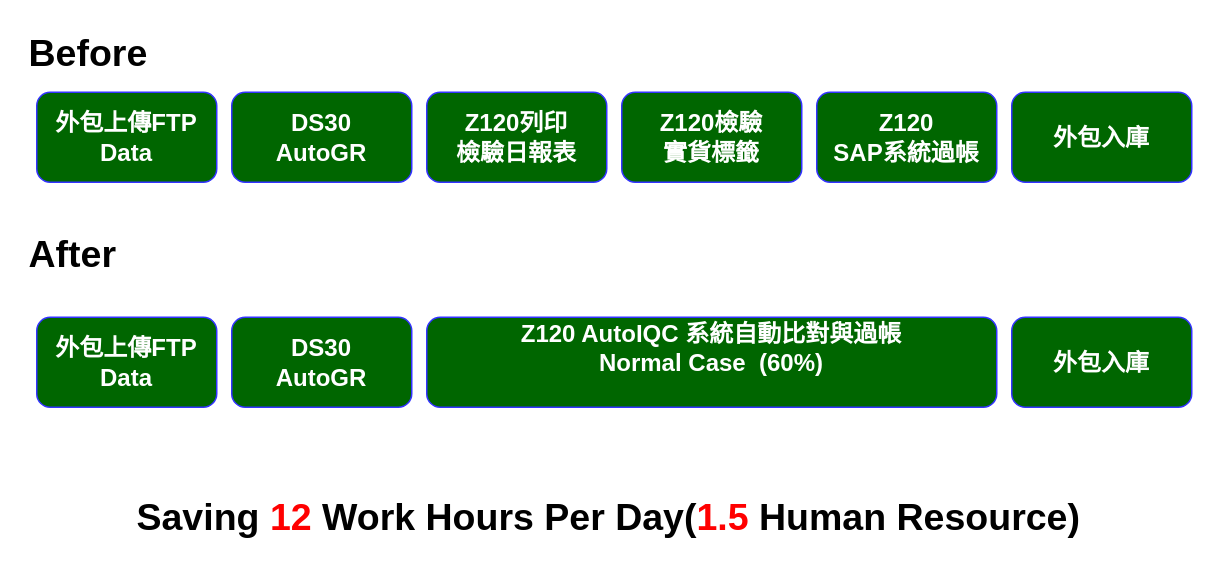
This is AUTOIQC_FLOW.drawio from Charles886/DrawIO, a draw.io file, before an edit. Source tidied: cells renumbered, new cells numbered last; positions are measured from the earlier drawing's top-left corner, leaving out a move shared by most shapes. Both pictures are drawn from the tidied source at 150%, with x=0, y=0 at pixel (26, 26).
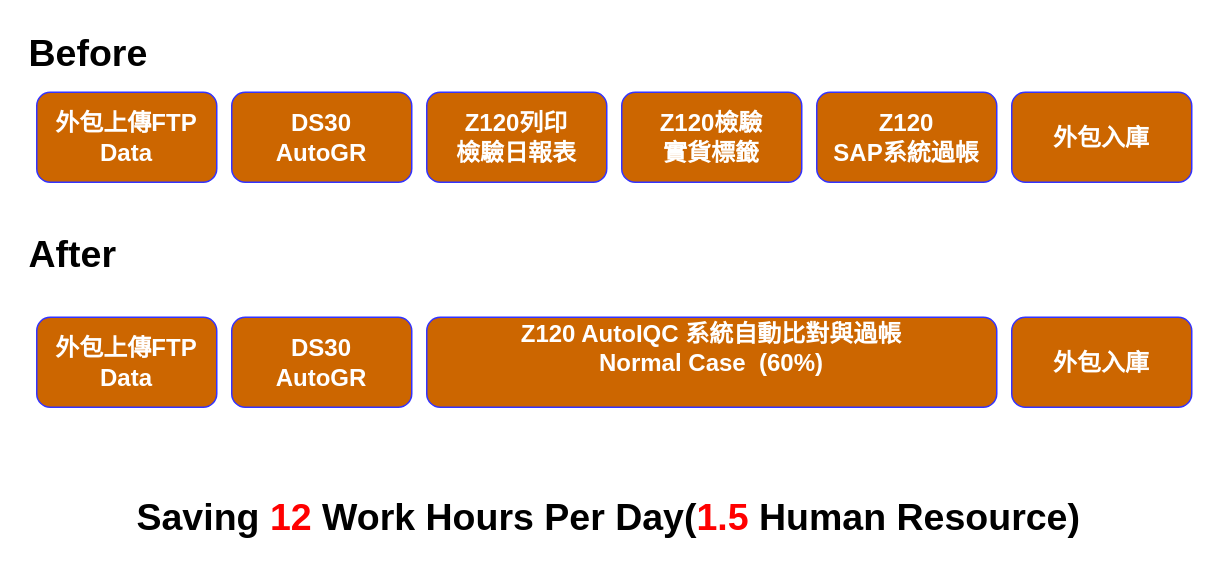
Above is the later version.

The edit, as a diff of the source:
```diff
@@
 <mxGraphModel background="#ffffff">
   <root>
     <mxCell id="0" />
     <mxCell id="1" parent="0" />
-    <mxCell id="2" value="&lt;font color=&quot;#ffffff&quot; style=&quot;font-size: 16px&quot;&gt;外包上傳FTP Data&lt;/font&gt;" style="rounded=1;whiteSpace=wrap;html=1;strokeColor=#3333FF;fillColor=#006600;fontStyle=1;gradientColor=none;" parent="1" vertex="1">
+    <mxCell id="2" value="&lt;font color=&quot;#ffffff&quot; style=&quot;font-size: 16px&quot;&gt;外包上傳FTP Data&lt;/font&gt;" style="rounded=1;whiteSpace=wrap;html=1;strokeColor=#3333FF;fillColor=#CC6600;fontStyle=1;gradientColor=none;" parent="1" vertex="1">
       <mxGeometry x="7" y="44" width="120" height="60" as="geometry" />
     </mxCell>
-    <mxCell id="3" value="&lt;font color=&quot;#ffffff&quot;&gt;&lt;span style=&quot;font-size: 16px&quot;&gt;DS30&lt;br&gt;AutoGR&lt;/span&gt;&lt;/font&gt;" style="rounded=1;whiteSpace=wrap;html=1;strokeColor=#3333FF;fillColor=#006600;fontStyle=1;gradientColor=none;" parent="1" vertex="1">
+    <mxCell id="3" value="&lt;font color=&quot;#ffffff&quot;&gt;&lt;span style=&quot;font-size: 16px&quot;&gt;DS30&lt;br&gt;AutoGR&lt;/span&gt;&lt;/font&gt;" style="rounded=1;whiteSpace=wrap;html=1;strokeColor=#3333FF;fillColor=#CC6600;fontStyle=1;gradientColor=none;" parent="1" vertex="1">
       <mxGeometry x="137" y="44" width="120" height="60" as="geometry" />
     </mxCell>
-    <mxCell id="4" value="&lt;span style=&quot;color: rgb(255 , 255 , 255) ; font-size: 16px&quot;&gt;Z120列印&lt;br&gt;檢驗日報表&lt;/span&gt;" style="rounded=1;whiteSpace=wrap;html=1;strokeColor=#3333FF;fillColor=#006600;fontStyle=1;gradientColor=none;" parent="1" vertex="1">
+    <mxCell id="4" value="&lt;span style=&quot;color: rgb(255 , 255 , 255) ; font-size: 16px&quot;&gt;Z120列印&lt;br&gt;檢驗日報表&lt;/span&gt;" style="rounded=1;whiteSpace=wrap;html=1;strokeColor=#3333FF;fillColor=#CC6600;fontStyle=1;gradientColor=none;" parent="1" vertex="1">
       <mxGeometry x="267" y="44" width="120" height="60" as="geometry" />
     </mxCell>
-    <mxCell id="5" value="Before" style="text;html=1;align=left;verticalAlign=top;spacingTop=-4;fontSize=25;fontStyle=1;" parent="1" vertex="1">
+    <mxCell id="5" value="Before" style="text;html=1;align=left;verticalAlign=top;spacingTop=-4;fontSize=25;fontStyle=1;fillColor=none;" parent="1" vertex="1">
       <mxGeometry width="50" height="20" as="geometry" />
     </mxCell>
     <mxCell id="6" value="After" style="text;html=1;align=left;verticalAlign=top;spacingTop=-4;fontSize=25;fontStyle=1;gradientColor=none;fillColor=none;" parent="1" vertex="1">
       <mxGeometry y="134" width="40" height="20" as="geometry" />
     </mxCell>
-    <mxCell id="7" value="&lt;span style=&quot;color: rgb(255 , 255 , 255) ; font-size: 16px&quot;&gt;Z120檢驗&lt;br&gt;實貨標籤&lt;/span&gt;" style="rounded=1;whiteSpace=wrap;html=1;strokeColor=#3333FF;fillColor=#006600;fontStyle=1;gradientColor=none;" parent="1" vertex="1">
+    <mxCell id="7" value="&lt;span style=&quot;color: rgb(255 , 255 , 255) ; font-size: 16px&quot;&gt;Z120檢驗&lt;br&gt;實貨標籤&lt;/span&gt;" style="rounded=1;whiteSpace=wrap;html=1;strokeColor=#3333FF;fillColor=#CC6600;fontStyle=1;gradientColor=none;" parent="1" vertex="1">
       <mxGeometry x="397" y="44" width="120" height="60" as="geometry" />
     </mxCell>
-    <mxCell id="8" value="&lt;span style=&quot;color: rgb(255 , 255 , 255) ; font-size: 16px ; white-space: normal&quot;&gt;Z120&lt;br&gt;SAP系統過帳&lt;br&gt;&lt;/span&gt;" style="rounded=1;whiteSpace=wrap;html=1;strokeColor=#3333FF;fillColor=#006600;fontStyle=1;gradientColor=none;" parent="1" vertex="1">
+    <mxCell id="8" value="&lt;span style=&quot;color: rgb(255 , 255 , 255) ; font-size: 16px ; white-space: normal&quot;&gt;Z120&lt;br&gt;SAP系統過帳&lt;br&gt;&lt;/span&gt;" style="rounded=1;whiteSpace=wrap;html=1;strokeColor=#3333FF;fillColor=#CC6600;fontStyle=1;gradientColor=none;" parent="1" vertex="1">
       <mxGeometry x="527" y="44" width="120" height="60" as="geometry" />
     </mxCell>
-    <mxCell id="9" value="&lt;font color=&quot;#ffffff&quot;&gt;&lt;span style=&quot;font-size: 16px&quot;&gt;外包入庫&lt;/span&gt;&lt;/font&gt;" style="rounded=1;whiteSpace=wrap;html=1;strokeColor=#3333FF;fillColor=#006600;fontStyle=1;gradientColor=none;" parent="1" vertex="1">
+    <mxCell id="9" value="&lt;font color=&quot;#ffffff&quot;&gt;&lt;span style=&quot;font-size: 16px&quot;&gt;外包入庫&lt;/span&gt;&lt;/font&gt;" style="rounded=1;whiteSpace=wrap;html=1;strokeColor=#3333FF;fillColor=#CC6600;fontStyle=1;gradientColor=none;" parent="1" vertex="1">
       <mxGeometry x="657" y="44" width="120" height="60" as="geometry" />
     </mxCell>
-    <mxCell id="10" value="&lt;font color=&quot;#ffffff&quot; style=&quot;font-size: 16px&quot;&gt;外包上傳FTP Data&lt;/font&gt;" style="rounded=1;whiteSpace=wrap;html=1;strokeColor=#3333FF;fillColor=#006600;fontStyle=1;gradientColor=none;" parent="1" vertex="1">
+    <mxCell id="10" value="&lt;font color=&quot;#ffffff&quot; style=&quot;font-size: 16px&quot;&gt;外包上傳FTP Data&lt;/font&gt;" style="rounded=1;whiteSpace=wrap;html=1;strokeColor=#3333FF;fillColor=#CC6600;fontStyle=1;gradientColor=none;" parent="1" vertex="1">
       <mxGeometry x="7" y="194" width="120" height="60" as="geometry" />
     </mxCell>
-    <mxCell id="11" value="&lt;font color=&quot;#ffffff&quot;&gt;&lt;span style=&quot;font-size: 16px&quot;&gt;DS30&lt;br&gt;AutoGR&lt;/span&gt;&lt;/font&gt;" style="rounded=1;whiteSpace=wrap;html=1;strokeColor=#3333FF;fillColor=#006600;fontStyle=1;gradientColor=none;" parent="1" vertex="1">
+    <mxCell id="11" value="&lt;font color=&quot;#ffffff&quot;&gt;&lt;span style=&quot;font-size: 16px&quot;&gt;DS30&lt;br&gt;AutoGR&lt;/span&gt;&lt;/font&gt;" style="rounded=1;whiteSpace=wrap;html=1;strokeColor=#3333FF;fillColor=#CC6600;fontStyle=1;gradientColor=none;" parent="1" vertex="1">
       <mxGeometry x="137" y="194" width="120" height="60" as="geometry" />
     </mxCell>
-    <mxCell id="12" value="&lt;span style=&quot;color: rgb(255 , 255 , 255) ; font-size: 16px ; white-space: normal&quot;&gt;Z120 AutoIQC &lt;/span&gt;&lt;span style=&quot;color: rgb(255 , 255 , 255) ; font-size: 16px&quot;&gt;系統自動比對與過帳&lt;/span&gt;&lt;span style=&quot;color: rgb(255 , 255 , 255) ; font-size: 16px ; white-space: normal&quot;&gt;&lt;br&gt;&lt;/span&gt;&lt;span style=&quot;color: rgb(255 , 255 , 255) ; font-size: 16px&quot;&gt;Normal Case&amp;nbsp;&amp;nbsp;&lt;/span&gt;&lt;span style=&quot;color: rgb(255 , 255 , 255) ; font-size: 16px ; white-space: normal&quot;&gt;(60%)&lt;br&gt;&lt;br&gt;&lt;/span&gt;" style="rounded=1;whiteSpace=wrap;html=1;strokeColor=#3333FF;fillColor=#006600;fontStyle=1;gradientColor=none;" parent="1" vertex="1">
+    <mxCell id="12" value="&lt;span style=&quot;color: rgb(255 , 255 , 255) ; font-size: 16px ; white-space: normal&quot;&gt;Z120 AutoIQC &lt;/span&gt;&lt;span style=&quot;color: rgb(255 , 255 , 255) ; font-size: 16px&quot;&gt;系統自動比對與過帳&lt;/span&gt;&lt;span style=&quot;color: rgb(255 , 255 , 255) ; font-size: 16px ; white-space: normal&quot;&gt;&lt;br&gt;&lt;/span&gt;&lt;span style=&quot;color: rgb(255 , 255 , 255) ; font-size: 16px&quot;&gt;Normal Case&amp;nbsp;&amp;nbsp;&lt;/span&gt;&lt;span style=&quot;color: rgb(255 , 255 , 255) ; font-size: 16px ; white-space: normal&quot;&gt;(60%)&lt;br&gt;&lt;br&gt;&lt;/span&gt;" style="rounded=1;whiteSpace=wrap;html=1;strokeColor=#3333FF;fillColor=#CC6600;fontStyle=1;gradientColor=none;" parent="1" vertex="1">
       <mxGeometry x="267" y="194" width="380" height="60" as="geometry" />
     </mxCell>
-    <mxCell id="13" value="&lt;font color=&quot;#ffffff&quot;&gt;&lt;span style=&quot;font-size: 16px&quot;&gt;外包入庫&lt;/span&gt;&lt;/font&gt;" style="rounded=1;whiteSpace=wrap;html=1;strokeColor=#3333FF;fillColor=#006600;fontStyle=1;gradientColor=none;" parent="1" vertex="1">
+    <mxCell id="13" value="&lt;font color=&quot;#ffffff&quot;&gt;&lt;span style=&quot;font-size: 16px&quot;&gt;外包入庫&lt;/span&gt;&lt;/font&gt;" style="rounded=1;whiteSpace=wrap;html=1;strokeColor=#3333FF;fillColor=#CC6600;fontStyle=1;gradientColor=none;" parent="1" vertex="1">
       <mxGeometry x="657" y="194" width="120" height="60" as="geometry" />
     </mxCell>
     <mxCell id="14" value="&lt;b&gt;Saving &lt;font color=&quot;#ff0000&quot;&gt;12&lt;/font&gt; Work Hours Per Day(&lt;font color=&quot;#ff0000&quot;&gt;1.5&lt;/font&gt; Human Resource)&amp;nbsp;&lt;/b&gt;" style="text;html=1;align=left;verticalAlign=top;spacingTop=-4;fontSize=25;" parent="1" vertex="1">
       <mxGeometry x="72" y="309" width="650" height="30" as="geometry" />
     </mxCell>
   </root>
 </mxGraphModel>
```
